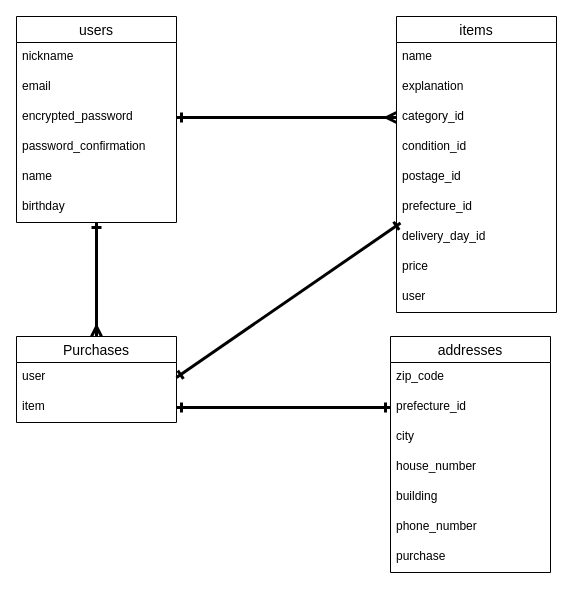
This is test.dio from TakeoYabuki/furima-39367, a draw.io file, before an edit. Source tidied: cells renumbered, new cells numbered last; positions are measured from the earlier drawing's top-left corner, leaving out a move shared by most shapes. Both pictures are drawn from the tidied source at 100%, with x=0, y=0 at pixel (16, 16).
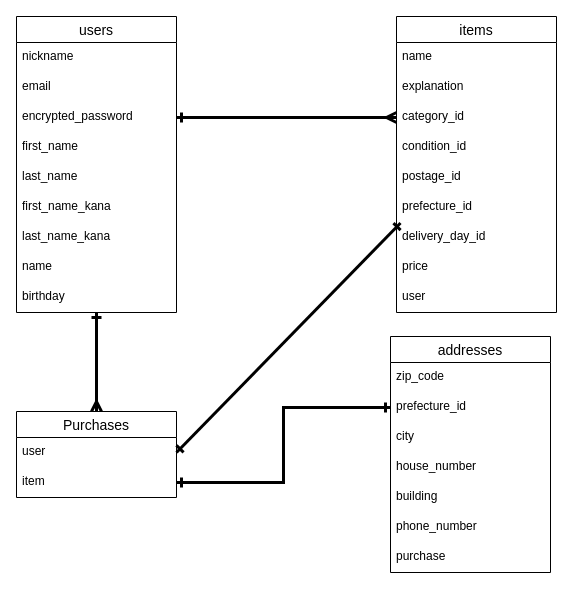
Above is the later version.

Commit message (it also covers changes not shown here):
データベース設計3

The edit, as a diff of the source:
```diff
@@
     <mxCell id="3" value="users" style="swimlane;fontStyle=0;horizontal=1;startSize=26;align=center;fontSize=14;" parent="1" vertex="1">
-      <mxGeometry width="160" height="206" as="geometry" />
+      <mxGeometry width="160" height="296" as="geometry" />
     </mxCell>
@@
-    <mxCell id="7" value="password_confirmation" style="text;strokeColor=none;fillColor=none;spacingLeft=4;spacingRight=4;overflow=hidden;fontSize=12;" parent="3" vertex="1">
+    <mxCell id="7" value="first_name" style="text;strokeColor=none;fillColor=none;spacingLeft=4;spacingRight=4;overflow=hidden;fontSize=12;" parent="3" vertex="1">
       <mxGeometry y="116" width="160" height="30" as="geometry" />
     </mxCell>
+    <mxCell id="34" value="last_name" style="text;strokeColor=none;fillColor=none;spacingLeft=4;spacingRight=4;overflow=hidden;fontSize=12;" parent="3" vertex="1">
+      <mxGeometry y="146" width="160" height="30" as="geometry" />
+    </mxCell>
+    <mxCell id="35" value="first_name_kana" style="text;strokeColor=none;fillColor=none;spacingLeft=4;spacingRight=4;overflow=hidden;fontSize=12;" parent="3" vertex="1">
+      <mxGeometry y="176" width="160" height="30" as="geometry" />
+    </mxCell>
+    <mxCell id="36" value="last_name_kana" style="text;strokeColor=none;fillColor=none;spacingLeft=4;spacingRight=4;overflow=hidden;fontSize=12;" parent="3" vertex="1">
+      <mxGeometry y="206" width="160" height="30" as="geometry" />
+    </mxCell>
     <mxCell id="8" value="name&#10;" style="text;strokeColor=none;fillColor=none;spacingLeft=4;spacingRight=4;overflow=hidden;fontSize=12;" parent="3" vertex="1">
-      <mxGeometry y="146" width="160" height="30" as="geometry" />
+      <mxGeometry y="236" width="160" height="30" as="geometry" />
     </mxCell>
     <mxCell id="9" value="birthday" style="text;strokeColor=none;fillColor=none;spacingLeft=4;spacingRight=4;overflow=hidden;fontSize=12;" parent="3" vertex="1">
-      <mxGeometry y="176" width="160" height="30" as="geometry" />
+      <mxGeometry y="266" width="160" height="30" as="geometry" />
     </mxCell>
@@
     <mxCell id="20" value="Purchases" style="swimlane;fontStyle=0;horizontal=1;startSize=26;align=center;fontSize=14;" parent="1" vertex="1">
-      <mxGeometry y="320" width="160" height="86" as="geometry" />
+      <mxGeometry y="395" width="160" height="86" as="geometry" />
     </mxCell>
```
